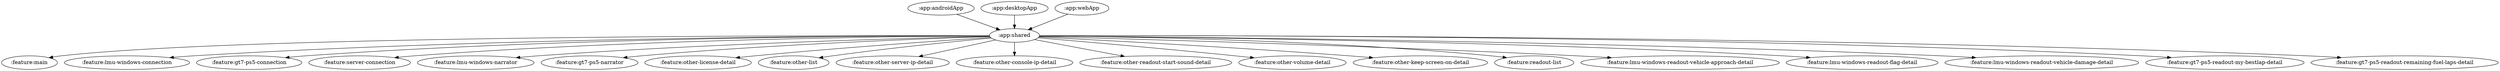
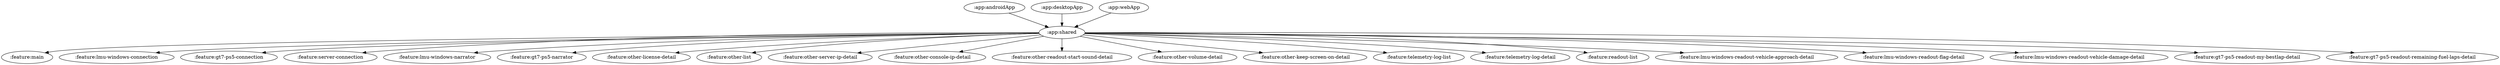
digraph G {
  rankdir=TB
  ":app:androidApp" -> ":app:shared"
  ":app:desktopApp" -> ":app:shared"
  ":app:shared" -> ":feature:main"
  ":app:shared" -> ":feature:lmu-windows-connection"
  ":app:shared" -> ":feature:gt7-ps5-connection"
  ":app:shared" -> ":feature:server-connection"
  ":app:shared" -> ":feature:lmu-windows-narrator"
  ":app:shared" -> ":feature:gt7-ps5-narrator"
  ":app:shared" -> ":feature:other-license-detail"
  ":app:shared" -> ":feature:other-list"
  ":app:shared" -> ":feature:other-server-ip-detail"
  ":app:shared" -> ":feature:other-console-ip-detail"
  ":app:shared" -> ":feature:other-readout-start-sound-detail"
  ":app:shared" -> ":feature:other-volume-detail"
  ":app:shared" -> ":feature:other-keep-screen-on-detail"
+   ":app:shared" -> ":feature:telemetry-log-list"
+   ":app:shared" -> ":feature:telemetry-log-detail"
  ":app:shared" -> ":feature:readout-list"
  ":app:shared" -> ":feature:lmu-windows-readout-vehicle-approach-detail"
  ":app:shared" -> ":feature:lmu-windows-readout-flag-detail"
  ":app:shared" -> ":feature:lmu-windows-readout-vehicle-damage-detail"
  ":app:shared" -> ":feature:gt7-ps5-readout-my-bestlap-detail"
  ":app:shared" -> ":feature:gt7-ps5-readout-remaining-fuel-laps-detail"
  ":app:webApp" -> ":app:shared"
}